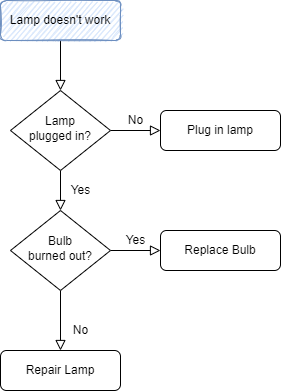
The draw.io diagram test.png in terryling/drawio, before a commit. Source tidied: cells renumbered, new cells last; positions are measured from the earlier drawing's top-left corner, leaving out a move shared by most shapes.
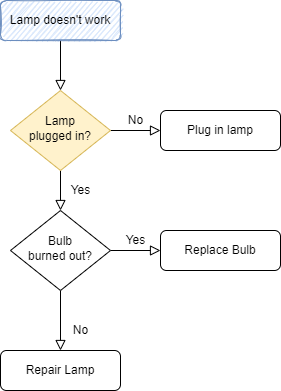
After the commit.

The edit, as a diff of the source:
```diff
@@ -14,7 +14,7 @@
     <mxCell id="5" value="No" style="edgeStyle=orthogonalEdgeStyle;rounded=0;html=1;jettySize=auto;fontSize=11;endArrow=block;endFill=0;endSize=8;strokeWidth=1;shadow=0;labelBackgroundColor=none;" parent="1" edge="1" source="6" target="7">
       <mxGeometry y="10" relative="1" as="geometry" />
     </mxCell>
-    <mxCell id="6" value="Lamp&lt;br&gt;plugged in?" style="rhombus;whiteSpace=wrap;html=1;shadow=0;fontFamily=Helvetica;fontSize=12;align=center;strokeWidth=1;spacing=6;spacingTop=-4;" parent="1" vertex="1">
+    <mxCell id="6" value="Lamp&lt;br&gt;plugged in?" style="rhombus;whiteSpace=wrap;html=1;shadow=0;fontFamily=Helvetica;fontSize=12;align=center;strokeWidth=1;spacing=6;spacingTop=-4;fillColor=#fff2cc;strokeColor=#d6b656;" parent="1" vertex="1">
       <mxGeometry x="10" y="90" width="100" height="80" as="geometry" />
     </mxCell>
     <mxCell id="7" value="Plug in lamp" style="rounded=1;whiteSpace=wrap;html=1;fontSize=12;glass=0;strokeWidth=1;shadow=0;" parent="1" vertex="1">
```
